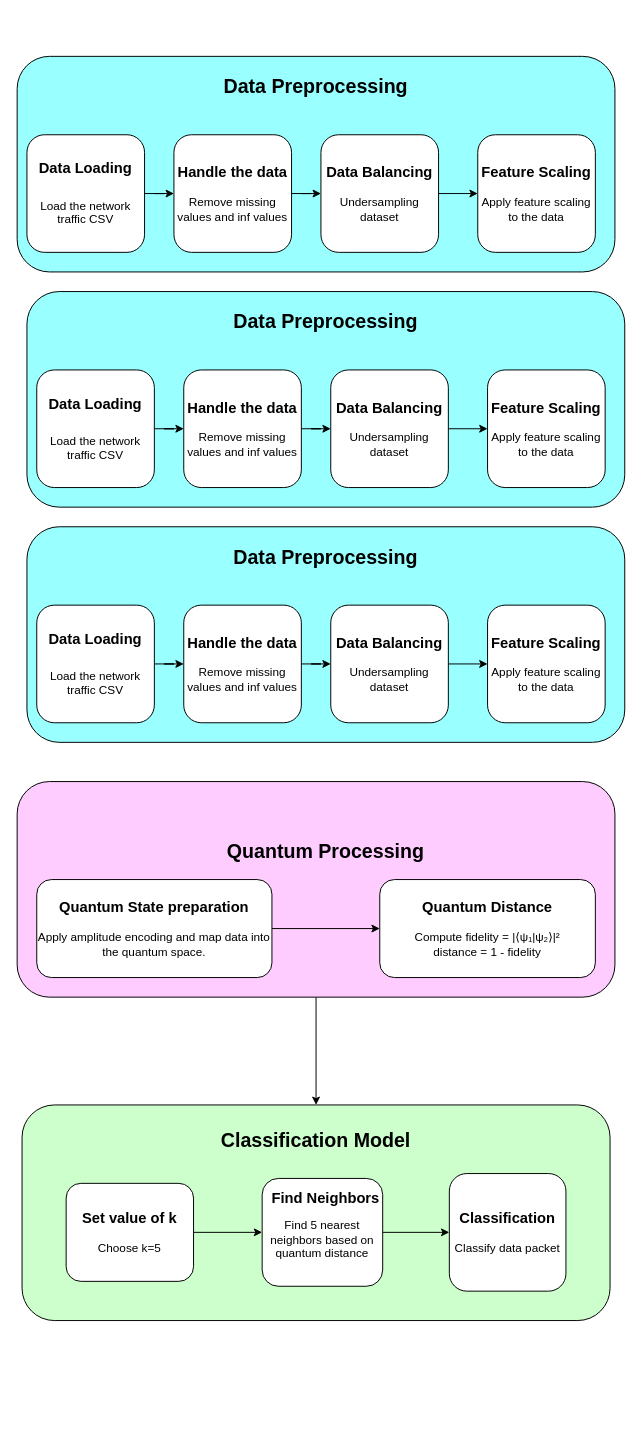
This is Untitled Diagram.drawio from AkshayMMurthy/abc, a draw.io file, before an edit. Source tidied: cells renumbered, new cells numbered last; positions are measured from the earlier drawing's top-left corner, leaving out a move shared by most shapes. Both pictures are drawn from the tidied source at 98%, with x=0, y=0 at pixel (17, 56).
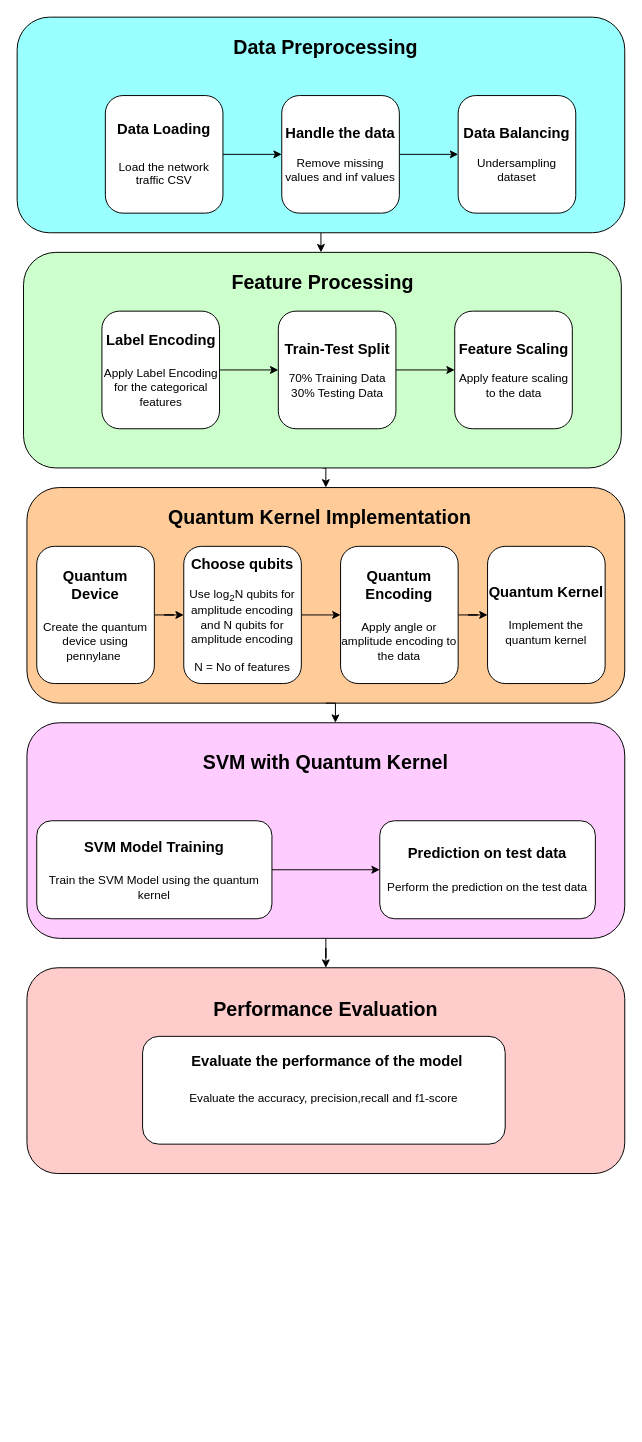
The same diagram, later.

The edit, as a diff of the source:
```diff
@@
+    <mxCell id="42" style="edgeStyle=orthogonalEdgeStyle;rounded=0;jettySize=auto;html=1;" parent="1" edge="1" source="2" target="50">
+      <mxGeometry relative="1" as="geometry" />
+    </mxCell>
     <mxCell id="2" style="rounded=1;whiteSpace=wrap;html=1;fillColor=light-dark(#99FFFF,#99FFFF);" parent="1" vertex="1">
-      <mxGeometry width="610" height="220" as="geometry" />
+      <mxGeometry y="-40" width="620" height="220" as="geometry" />
     </mxCell>
@@
     <mxCell id="4" style="rounded=1;whiteSpace=wrap;html=1;fillColor=light-dark(#FFCCFF,#FFCCFF);" parent="1" vertex="1">
-      <mxGeometry y="740" width="610" height="220" as="geometry" />
+      <mxGeometry x="10" y="680" width="610" height="220" as="geometry" />
     </mxCell>
-    <mxCell id="5" value="&lt;div&gt;&lt;br&gt;&lt;/div&gt;&lt;div&gt;&lt;br&gt;&lt;/div&gt;&lt;div&gt;&lt;br&gt;&lt;/div&gt;&lt;div&gt;&lt;br&gt;&lt;/div&gt;&lt;div&gt;&lt;br&gt;&lt;/div&gt;&lt;div&gt;&lt;br&gt;&lt;/div&gt;&lt;div&gt;&lt;br&gt;&lt;/div&gt;&lt;div&gt;&lt;br&gt;&lt;/div&gt;&lt;div&gt;&lt;br&gt;&lt;/div&gt;&lt;div&gt;&lt;font style=&quot;font-size: 20px;&quot;&gt;&lt;b&gt;Classification Model&lt;/b&gt;&lt;/font&gt;&lt;div&gt;&lt;font style=&quot;font-size: 20px;&quot;&gt;&lt;b&gt;&lt;br&gt;&lt;/b&gt;&lt;/font&gt;&lt;/div&gt;&lt;div&gt;&lt;font style=&quot;font-size: 20px;&quot;&gt;&lt;b&gt;&lt;br&gt;&lt;/b&gt;&lt;/font&gt;&lt;/div&gt;&lt;div&gt;&lt;font style=&quot;font-size: 20px;&quot;&gt;&lt;b&gt;&lt;br&gt;&lt;/b&gt;&lt;/font&gt;&lt;/div&gt;&lt;div&gt;&lt;font style=&quot;font-size: 20px;&quot;&gt;&lt;b&gt;&lt;br&gt;&lt;/b&gt;&lt;/font&gt;&lt;/div&gt;&lt;div&gt;&lt;font style=&quot;font-size: 20px;&quot;&gt;&lt;b&gt;&lt;br&gt;&lt;/b&gt;&lt;/font&gt;&lt;/div&gt;&lt;div&gt;&lt;font style=&quot;font-size: 20px;&quot;&gt;&lt;b&gt;&lt;br&gt;&lt;/b&gt;&lt;/font&gt;&lt;/div&gt;&lt;div&gt;&lt;font style=&quot;font-size: 20px;&quot;&gt;&lt;b&gt;&lt;br&gt;&lt;/b&gt;&lt;/font&gt;&lt;/div&gt;&lt;div&gt;&lt;font style=&quot;font-size: 20px;&quot;&gt;&lt;b&gt;&lt;br&gt;&lt;/b&gt;&lt;/font&gt;&lt;/div&gt;&lt;div&gt;&lt;font style=&quot;font-size: 20px;&quot;&gt;&lt;b&gt;&lt;br&gt;&lt;/b&gt;&lt;/font&gt;&lt;/div&gt;&lt;div&gt;&lt;font style=&quot;font-size: 20px;&quot;&gt;&lt;b&gt;&lt;br&gt;&lt;/b&gt;&lt;/font&gt;&lt;/div&gt;&lt;div&gt;&lt;font style=&quot;font-size: 20px;&quot;&gt;&lt;b&gt;&lt;br&gt;&lt;/b&gt;&lt;/font&gt;&lt;/div&gt;&lt;div&gt;&lt;br&gt;&lt;/div&gt;&lt;/div&gt;" style="rounded=1;whiteSpace=wrap;html=1;fillColor=light-dark(#CCFFCC,#CCFFCC);" parent="1" vertex="1">
-      <mxGeometry x="5" y="1070" width="600" height="220" as="geometry" />
+    <mxCell id="5" value="&lt;div&gt;&lt;br&gt;&lt;/div&gt;&lt;div&gt;&lt;br&gt;&lt;/div&gt;&lt;div&gt;&lt;br&gt;&lt;/div&gt;&lt;div&gt;&lt;br&gt;&lt;/div&gt;&lt;div&gt;&lt;br&gt;&lt;/div&gt;&lt;div&gt;&lt;br&gt;&lt;/div&gt;&lt;div&gt;&lt;br&gt;&lt;/div&gt;&lt;div&gt;&lt;br&gt;&lt;/div&gt;&lt;div&gt;&lt;br&gt;&lt;/div&gt;&lt;div&gt;&lt;div&gt;&lt;font style=&quot;font-size: 20px;&quot;&gt;&lt;b&gt;Performance Evaluation&lt;/b&gt;&lt;/font&gt;&lt;/div&gt;&lt;div&gt;&lt;font style=&quot;font-size: 20px;&quot;&gt;&lt;b&gt;&lt;br&gt;&lt;/b&gt;&lt;/font&gt;&lt;/div&gt;&lt;div&gt;&lt;font style=&quot;font-size: 20px;&quot;&gt;&lt;b&gt;&lt;br&gt;&lt;/b&gt;&lt;/font&gt;&lt;/div&gt;&lt;div&gt;&lt;font style=&quot;font-size: 20px;&quot;&gt;&lt;b&gt;&lt;br&gt;&lt;/b&gt;&lt;/font&gt;&lt;/div&gt;&lt;div&gt;&lt;font style=&quot;font-size: 20px;&quot;&gt;&lt;b&gt;&lt;br&gt;&lt;/b&gt;&lt;/font&gt;&lt;/div&gt;&lt;div&gt;&lt;font style=&quot;font-size: 20px;&quot;&gt;&lt;b&gt;&lt;br&gt;&lt;/b&gt;&lt;/font&gt;&lt;/div&gt;&lt;div&gt;&lt;font style=&quot;font-size: 20px;&quot;&gt;&lt;b&gt;&lt;br&gt;&lt;/b&gt;&lt;/font&gt;&lt;/div&gt;&lt;div&gt;&lt;font style=&quot;font-size: 20px;&quot;&gt;&lt;b&gt;&lt;br&gt;&lt;/b&gt;&lt;/font&gt;&lt;/div&gt;&lt;div&gt;&lt;font style=&quot;font-size: 20px;&quot;&gt;&lt;b&gt;&lt;br&gt;&lt;/b&gt;&lt;/font&gt;&lt;/div&gt;&lt;div&gt;&lt;font style=&quot;font-size: 20px;&quot;&gt;&lt;b&gt;&lt;br&gt;&lt;/b&gt;&lt;/font&gt;&lt;/div&gt;&lt;div&gt;&lt;font style=&quot;font-size: 20px;&quot;&gt;&lt;b&gt;&lt;br&gt;&lt;/b&gt;&lt;/font&gt;&lt;/div&gt;&lt;div&gt;&lt;br&gt;&lt;/div&gt;&lt;/div&gt;" style="rounded=1;whiteSpace=wrap;html=1;fillColor=light-dark(#FFCCCC,#CCFFCC);" parent="1" vertex="1">
+      <mxGeometry x="10" y="930" width="610" height="210" as="geometry" />
     </mxCell>
     <mxCell id="6" value="&lt;font style=&quot;font-size: 20px;&quot;&gt;&lt;b&gt;Data Preprocessing&lt;/b&gt;&lt;/font&gt;" style="text;html=1;align=center;verticalAlign=middle;whiteSpace=wrap;rounded=0;" parent="1" vertex="1">
-      <mxGeometry x="10" y="10" width="590" height="40" as="geometry" />
+      <mxGeometry x="20" y="-30" width="590" height="40" as="geometry" />
     </mxCell>
@@
     <mxCell id="8" value="&lt;font style=&quot;font-size: 15px;&quot;&gt;&lt;b style=&quot;&quot;&gt;Data Loading&lt;/b&gt;&lt;/font&gt;&lt;div&gt;&lt;span style=&quot;font-size: 18px;&quot;&gt;&lt;b&gt;&lt;br&gt;&lt;/b&gt;&lt;/span&gt;&lt;div&gt;Load the network traffic CSV&lt;/div&gt;&lt;/div&gt;" style="rounded=1;whiteSpace=wrap;html=1;" parent="1" vertex="1">
-      <mxGeometry x="10" y="80" width="120" height="120" as="geometry" />
+      <mxGeometry x="90" y="40" width="120" height="120" as="geometry" />
     </mxCell>
@@
     <mxCell id="10" value="&lt;font style=&quot;font-size: 15px;&quot;&gt;&lt;b&gt;Handle the data&lt;/b&gt;&lt;/font&gt;&lt;div&gt;&lt;br&gt;&lt;/div&gt;&lt;div&gt;Remove missing values and inf values&lt;/div&gt;" style="rounded=1;whiteSpace=wrap;html=1;" parent="1" vertex="1">
-      <mxGeometry x="160" y="80" width="120" height="120" as="geometry" />
+      <mxGeometry x="270" y="40" width="120" height="120" as="geometry" />
     </mxCell>
-    <mxCell id="11" style="edgeStyle=orthogonalEdgeStyle;rounded=0;jettySize=auto;html=1;" parent="1" edge="1" source="12" target="13">
-      <mxGeometry relative="1" as="geometry" />
-    </mxCell>
     <mxCell id="12" value="&lt;font style=&quot;font-size: 15px;&quot;&gt;&lt;b&gt;Data Balancing&lt;/b&gt;&lt;/font&gt;&lt;div&gt;&lt;br&gt;&lt;/div&gt;&lt;div&gt;Undersampling dataset&lt;/div&gt;" style="rounded=1;whiteSpace=wrap;html=1;" parent="1" vertex="1">
-      <mxGeometry x="310" y="80" width="120" height="120" as="geometry" />
+      <mxGeometry x="450" y="40" width="120" height="120" as="geometry" />
     </mxCell>
-    <mxCell id="13" value="&lt;font style=&quot;font-size: 15px;&quot;&gt;&lt;b&gt;Feature Scaling&lt;/b&gt;&lt;/font&gt;&lt;div&gt;&lt;br&gt;&lt;/div&gt;&lt;div&gt;Apply feature scaling to the data&lt;/div&gt;" style="rounded=1;whiteSpace=wrap;html=1;" parent="1" vertex="1">
-      <mxGeometry x="470" y="80" width="120" height="120" as="geometry" />
-    </mxCell>
-    <mxCell id="14" value="&lt;span style=&quot;font-size: 20px;&quot;&gt;&lt;b&gt;Quantum Processing&lt;/b&gt;&lt;/span&gt;" style="text;html=1;align=center;verticalAlign=middle;whiteSpace=wrap;rounded=0;" parent="1" vertex="1">
-      <mxGeometry x="20" y="790" width="590" height="40" as="geometry" />
+    <mxCell id="14" value="&lt;span style=&quot;font-size: 20px;&quot;&gt;&lt;b&gt;SVM with Quantum Kernel&lt;/b&gt;&lt;/span&gt;" style="text;html=1;align=center;verticalAlign=middle;whiteSpace=wrap;rounded=0;" parent="1" vertex="1">
+      <mxGeometry x="20" y="700" width="590" height="40" as="geometry" />
     </mxCell>
@@
-    <mxCell id="16" value="&lt;div&gt;&lt;font style=&quot;font-size: 15px;&quot;&gt;&lt;b style=&quot;&quot;&gt;Quantum State preparation&lt;/b&gt;&lt;/font&gt;&lt;/div&gt;&lt;div&gt;&lt;br&gt;&lt;/div&gt;Apply amplitude encoding and map data into&lt;div&gt;the quantum space.&lt;/div&gt;" style="rounded=1;whiteSpace=wrap;html=1;" parent="1" vertex="1">
-      <mxGeometry x="20" y="840" width="240" height="100" as="geometry" />
+    <mxCell id="16" value="&lt;div&gt;&lt;span style=&quot;font-size: 15px;&quot;&gt;&lt;b&gt;SVM Model Training&lt;/b&gt;&lt;/span&gt;&lt;/div&gt;&lt;div&gt;&lt;span style=&quot;font-size: 15px;&quot;&gt;&lt;b&gt;&lt;br&gt;&lt;/b&gt;&lt;/span&gt;&lt;/div&gt;Train the SVM Model using the quantum kernel" style="rounded=1;whiteSpace=wrap;html=1;" parent="1" vertex="1">
+      <mxGeometry x="20" y="780" width="240" height="100" as="geometry" />
     </mxCell>
-    <mxCell id="17" value="&lt;font style=&quot;font-size: 15px;&quot;&gt;&lt;b&gt;Quantum Distance&lt;/b&gt;&lt;/font&gt;&lt;div&gt;&lt;br&gt;&lt;/div&gt;&lt;div&gt;Compute fidelity&amp;nbsp;&lt;span style=&quot;background-color: transparent; color: light-dark(rgb(0, 0, 0), rgb(255, 255, 255));&quot;&gt;= |⟨ψ₁|ψ₂⟩|²&lt;/span&gt;&lt;/div&gt;&lt;div&gt;distance = 1 - fidelity&lt;span style=&quot;background-color: transparent; color: light-dark(rgb(0, 0, 0), rgb(255, 255, 255));&quot;&gt;&lt;/span&gt;&lt;/div&gt;" style="rounded=1;whiteSpace=wrap;html=1;" parent="1" vertex="1">
-      <mxGeometry x="370" y="840" width="220" height="100" as="geometry" />
+    <mxCell id="17" value="&lt;div&gt;&lt;span style=&quot;font-size: 15px;&quot;&gt;&lt;b&gt;Prediction on test data&lt;/b&gt;&lt;/span&gt;&lt;/div&gt;&lt;div&gt;&lt;span style=&quot;font-size: 15px;&quot;&gt;&lt;b&gt;&lt;br&gt;&lt;/b&gt;&lt;/span&gt;&lt;/div&gt;&lt;div&gt;Perform the prediction on the test data&lt;/div&gt;" style="rounded=1;whiteSpace=wrap;html=1;" parent="1" vertex="1">
+      <mxGeometry x="370" y="780" width="220" height="100" as="geometry" />
     </mxCell>
-    <mxCell id="18" style="edgeStyle=orthogonalEdgeStyle;rounded=0;jettySize=auto;html=1;exitX=1;exitY=0.5;exitDx=0;exitDy=0;entryX=0;entryY=0.5;entryDx=0;entryDy=0;" parent="1" edge="1" source="19" target="22">
-      <mxGeometry relative="1" as="geometry" />
-    </mxCell>
-    <mxCell id="19" value="&lt;div&gt;&lt;br&gt;&lt;/div&gt;Find 5 nearest neighbors based on quantum distance" style="rounded=1;whiteSpace=wrap;html=1;" parent="1" vertex="1">
-      <mxGeometry x="250" y="1145" width="123" height="110" as="geometry" />
+    <mxCell id="19" value="&lt;div&gt;&lt;br&gt;&lt;/div&gt;Evaluate the accuracy, precision,recall and f1-score" style="rounded=1;whiteSpace=wrap;html=1;" parent="1" vertex="1">
+      <mxGeometry x="128" y="1000" width="370" height="110" as="geometry" />
     </mxCell>
-    <mxCell id="20" style="edgeStyle=orthogonalEdgeStyle;rounded=0;jettySize=auto;html=1;exitX=1;exitY=0.5;exitDx=0;exitDy=0;" parent="1" edge="1" source="21" target="19">
-      <mxGeometry relative="1" as="geometry" />
-    </mxCell>
-    <mxCell id="21" value="&lt;b&gt;&lt;font style=&quot;font-size: 15px;&quot;&gt;Set value of k&lt;/font&gt;&lt;/b&gt;&lt;div&gt;&lt;br&gt;&lt;/div&gt;&lt;div&gt;Choose k=5&lt;/div&gt;" style="rounded=1;whiteSpace=wrap;html=1;" parent="1" vertex="1">
-      <mxGeometry x="50" y="1150" width="130" height="100" as="geometry" />
-    </mxCell>
-    <mxCell id="22" value="&lt;b&gt;&lt;font style=&quot;font-size: 15px;&quot;&gt;Classification&lt;/font&gt;&lt;/b&gt;&lt;div&gt;&lt;br&gt;&lt;/div&gt;&lt;div&gt;Classify data packet&lt;/div&gt;" style="rounded=1;whiteSpace=wrap;html=1;" parent="1" vertex="1">
-      <mxGeometry x="441" y="1140" width="119" height="120" as="geometry" />
-    </mxCell>
-    <mxCell id="23" value="Find Neighbors" style="text;html=1;align=center;verticalAlign=middle;whiteSpace=wrap;rounded=0;fontSize=15;fontStyle=1;" parent="1" vertex="1">
-      <mxGeometry x="250" y="1150" width="130" height="30" as="geometry" />
+    <mxCell id="23" value="Evaluate the performance of the model" style="text;html=1;align=center;verticalAlign=middle;whiteSpace=wrap;rounded=0;fontSize=15;fontStyle=1;" parent="1" vertex="1">
+      <mxGeometry x="173.2" y="1010" width="286.5" height="30" as="geometry" />
     </mxCell>
-    <mxCell id="24" style="rounded=1;whiteSpace=wrap;html=1;fillColor=light-dark(#99FFFF,#99FFFF);" parent="1" vertex="1">
-      <mxGeometry x="10" y="480" width="610" height="220" as="geometry" />
+    <mxCell id="24" style="rounded=1;whiteSpace=wrap;html=1;fillColor=light-dark(#FFCC99,#99FFFF);" parent="1" vertex="1">
+      <mxGeometry x="10" y="440" width="610" height="220" as="geometry" />
     </mxCell>
-    <mxCell id="25" value="&lt;font style=&quot;font-size: 20px;&quot;&gt;&lt;b&gt;Data Preprocessing&lt;/b&gt;&lt;/font&gt;" style="text;html=1;align=center;verticalAlign=middle;whiteSpace=wrap;rounded=0;" parent="1" vertex="1">
-      <mxGeometry x="20" y="490" width="590" height="40" as="geometry" />
+    <mxCell id="25" value="&lt;font style=&quot;font-size: 20px;&quot;&gt;&lt;b&gt;Quantum Kernel Implementation&lt;/b&gt;&lt;/font&gt;" style="text;html=1;align=center;verticalAlign=middle;whiteSpace=wrap;rounded=0;" parent="1" vertex="1">
+      <mxGeometry x="10" y="450" width="598" height="40" as="geometry" />
     </mxCell>
-    <mxCell id="26" style="edgeStyle=orthogonalEdgeStyle;rounded=0;jettySize=auto;html=1;" parent="1" edge="1" source="27" target="29">
-      <mxGeometry relative="1" as="geometry" />
-    </mxCell>
+    <mxCell id="43" style="edgeStyle=orthogonalEdgeStyle;rounded=0;jettySize=auto;html=1;" parent="1" edge="1" source="27" target="31">
+      <mxGeometry relative="1" as="geometry" />
+    </mxCell>
-    <mxCell id="27" value="&lt;font style=&quot;font-size: 15px;&quot;&gt;&lt;b style=&quot;&quot;&gt;Data Loading&lt;/b&gt;&lt;/font&gt;&lt;div&gt;&lt;span style=&quot;font-size: 18px;&quot;&gt;&lt;b&gt;&lt;br&gt;&lt;/b&gt;&lt;/span&gt;&lt;div&gt;Load the network traffic CSV&lt;/div&gt;&lt;/div&gt;" style="rounded=1;whiteSpace=wrap;html=1;" parent="1" vertex="1">
-      <mxGeometry x="20" y="560" width="120" height="120" as="geometry" />
+    <mxCell id="27" value="&lt;div&gt;&lt;b style=&quot;&quot;&gt;&lt;span style=&quot;font-size: 15px;&quot;&gt;Quantum Device&lt;/span&gt;&lt;/b&gt;&lt;/div&gt;&lt;div&gt;&lt;b style=&quot;&quot;&gt;&lt;span style=&quot;font-size: 15px;&quot;&gt;&lt;br&gt;&lt;/span&gt;&lt;/b&gt;&lt;div&gt;Create the quantum device using pennylane&amp;nbsp;&lt;/div&gt;&lt;/div&gt;" style="rounded=1;whiteSpace=wrap;html=1;" parent="1" vertex="1">
+      <mxGeometry x="20" y="500" width="120" height="140" as="geometry" />
     </mxCell>
-    <mxCell id="28" style="edgeStyle=orthogonalEdgeStyle;rounded=0;jettySize=auto;html=1;" parent="1" edge="1" source="29" target="31">
-      <mxGeometry relative="1" as="geometry" />
-    </mxCell>
+    <mxCell id="44" style="edgeStyle=orthogonalEdgeStyle;rounded=0;jettySize=auto;html=1;" parent="1" edge="1" source="29" target="32">
+      <mxGeometry relative="1" as="geometry" />
+    </mxCell>
-    <mxCell id="29" value="&lt;font style=&quot;font-size: 15px;&quot;&gt;&lt;b&gt;Handle the data&lt;/b&gt;&lt;/font&gt;&lt;div&gt;&lt;br&gt;&lt;/div&gt;&lt;div&gt;Remove missing values and inf values&lt;/div&gt;" style="rounded=1;whiteSpace=wrap;html=1;" parent="1" vertex="1">
-      <mxGeometry x="170" y="560" width="120" height="120" as="geometry" />
+    <mxCell id="29" value="&lt;div&gt;&lt;span style=&quot;font-size: 15px;&quot;&gt;&lt;b&gt;Quantum Encoding&lt;/b&gt;&lt;/span&gt;&lt;/div&gt;&lt;div&gt;&lt;span style=&quot;font-size: 15px;&quot;&gt;&lt;b&gt;&lt;br&gt;&lt;/b&gt;&lt;/span&gt;&lt;/div&gt;&lt;div&gt;Apply angle or amplitude encoding to the data&lt;/div&gt;" style="rounded=1;whiteSpace=wrap;html=1;" parent="1" vertex="1">
+      <mxGeometry x="330" y="500" width="120" height="140" as="geometry" />
     </mxCell>
-    <mxCell id="30" style="edgeStyle=orthogonalEdgeStyle;rounded=0;jettySize=auto;html=1;" parent="1" edge="1" source="31" target="32">
-      <mxGeometry relative="1" as="geometry" />
-    </mxCell>
+    <mxCell id="45" style="edgeStyle=orthogonalEdgeStyle;rounded=0;jettySize=auto;html=1;" parent="1" edge="1" source="31" target="29">
+      <mxGeometry relative="1" as="geometry" />
+    </mxCell>
-    <mxCell id="31" value="&lt;font style=&quot;font-size: 15px;&quot;&gt;&lt;b&gt;Data Balancing&lt;/b&gt;&lt;/font&gt;&lt;div&gt;&lt;br&gt;&lt;/div&gt;&lt;div&gt;Undersampling dataset&lt;/div&gt;" style="rounded=1;whiteSpace=wrap;html=1;" parent="1" vertex="1">
-      <mxGeometry x="320" y="560" width="120" height="120" as="geometry" />
+    <mxCell id="31" value="&lt;span style=&quot;font-size: 15px;&quot;&gt;&lt;b&gt;Choose qubits&lt;/b&gt;&lt;/span&gt;&lt;br&gt;&lt;div&gt;&lt;br&gt;&lt;/div&gt;&lt;div&gt;Use log&lt;sub&gt;2&lt;/sub&gt;N qubits for amplitude encoding and N qubits for amplitude encoding&lt;/div&gt;&lt;div&gt;&lt;br&gt;&lt;/div&gt;&lt;div&gt;N = No of features&lt;/div&gt;" style="rounded=1;whiteSpace=wrap;html=1;" parent="1" vertex="1">
+      <mxGeometry x="170" y="500" width="120" height="140" as="geometry" />
     </mxCell>
-    <mxCell id="32" value="&lt;font style=&quot;font-size: 15px;&quot;&gt;&lt;b&gt;Feature Scaling&lt;/b&gt;&lt;/font&gt;&lt;div&gt;&lt;br&gt;&lt;/div&gt;&lt;div&gt;Apply feature scaling to the data&lt;/div&gt;" style="rounded=1;whiteSpace=wrap;html=1;" parent="1" vertex="1">
-      <mxGeometry x="480" y="560" width="120" height="120" as="geometry" />
+    <mxCell id="32" value="&lt;div&gt;&lt;span style=&quot;font-size: 15px;&quot;&gt;&lt;b&gt;Quantum Kernel&lt;/b&gt;&lt;/span&gt;&lt;/div&gt;&lt;div&gt;&lt;span style=&quot;font-size: 15px;&quot;&gt;&lt;b&gt;&lt;br&gt;&lt;/b&gt;&lt;/span&gt;&lt;/div&gt;&lt;div&gt;Implement the quantum kernel&lt;/div&gt;" style="rounded=1;whiteSpace=wrap;html=1;" parent="1" vertex="1">
+      <mxGeometry x="480" y="500" width="120" height="140" as="geometry" />
     </mxCell>
+    <mxCell id="46" style="edgeStyle=orthogonalEdgeStyle;rounded=0;jettySize=auto;html=1;exitX=0.5;exitY=1;exitDx=0;exitDy=0;entryX=0.5;entryY=0;entryDx=0;entryDy=0;" parent="1" edge="1" source="33" target="24">
+      <mxGeometry relative="1" as="geometry" />
+    </mxCell>
-    <mxCell id="33" style="rounded=1;whiteSpace=wrap;html=1;fillColor=light-dark(#99FFFF,#99FFFF);" parent="1" vertex="1">
-      <mxGeometry x="10" y="240" width="610" height="220" as="geometry" />
+    <mxCell id="33" style="rounded=1;whiteSpace=wrap;html=1;fillColor=light-dark(#CCFFCC,#99FFFF);" parent="1" vertex="1">
+      <mxGeometry x="6.5" y="200" width="610" height="220" as="geometry" />
     </mxCell>
-    <mxCell id="34" value="&lt;font style=&quot;font-size: 20px;&quot;&gt;&lt;b&gt;Data Preprocessing&lt;/b&gt;&lt;/font&gt;" style="text;html=1;align=center;verticalAlign=middle;whiteSpace=wrap;rounded=0;" parent="1" vertex="1">
-      <mxGeometry x="20" y="250" width="590" height="40" as="geometry" />
+    <mxCell id="34" value="&lt;font style=&quot;font-size: 20px;&quot;&gt;&lt;b&gt;Feature Processing&lt;/b&gt;&lt;/font&gt;" style="text;html=1;align=center;verticalAlign=middle;whiteSpace=wrap;rounded=0;" parent="1" vertex="1">
+      <mxGeometry x="16.5" y="210" width="590" height="40" as="geometry" />
     </mxCell>
-    <mxCell id="35" style="edgeStyle=orthogonalEdgeStyle;rounded=0;jettySize=auto;html=1;" parent="1" edge="1" source="36" target="38">
-      <mxGeometry relative="1" as="geometry" />
-    </mxCell>
-    <mxCell id="36" value="&lt;font style=&quot;font-size: 15px;&quot;&gt;&lt;b style=&quot;&quot;&gt;Data Loading&lt;/b&gt;&lt;/font&gt;&lt;div&gt;&lt;span style=&quot;font-size: 18px;&quot;&gt;&lt;b&gt;&lt;br&gt;&lt;/b&gt;&lt;/span&gt;&lt;div&gt;Load the network traffic CSV&lt;/div&gt;&lt;/div&gt;" style="rounded=1;whiteSpace=wrap;html=1;" parent="1" vertex="1">
-      <mxGeometry x="20" y="320" width="120" height="120" as="geometry" />
+    <mxCell id="36" value="&lt;div&gt;&lt;b style=&quot;&quot;&gt;&lt;span style=&quot;font-size: 15px;&quot;&gt;Feature Scaling&lt;/span&gt;&lt;br&gt;&lt;/b&gt;&lt;div&gt;&lt;br&gt;&lt;/div&gt;&lt;div&gt;Apply feature scaling to the data&lt;/div&gt;&lt;/div&gt;" style="rounded=1;whiteSpace=wrap;html=1;" parent="1" vertex="1">
+      <mxGeometry x="446.5" y="260" width="120" height="120" as="geometry" />
     </mxCell>
-    <mxCell id="37" style="edgeStyle=orthogonalEdgeStyle;rounded=0;jettySize=auto;html=1;" parent="1" edge="1" source="38" target="40">
-      <mxGeometry relative="1" as="geometry" />
-    </mxCell>
+    <mxCell id="47" style="edgeStyle=orthogonalEdgeStyle;rounded=0;jettySize=auto;html=1;" parent="1" edge="1" source="38" target="36">
+      <mxGeometry relative="1" as="geometry" />
+    </mxCell>
-    <mxCell id="38" value="&lt;font style=&quot;font-size: 15px;&quot;&gt;&lt;b&gt;Handle the data&lt;/b&gt;&lt;/font&gt;&lt;div&gt;&lt;br&gt;&lt;/div&gt;&lt;div&gt;Remove missing values and inf values&lt;/div&gt;" style="rounded=1;whiteSpace=wrap;html=1;" parent="1" vertex="1">
-      <mxGeometry x="170" y="320" width="120" height="120" as="geometry" />
+    <mxCell id="38" value="&lt;div&gt;&lt;span style=&quot;font-size: 15px;&quot;&gt;&lt;b&gt;Train-Test Split&lt;/b&gt;&lt;/span&gt;&lt;/div&gt;&lt;div&gt;&lt;br&gt;&lt;/div&gt;&lt;div&gt;70% Training Data&lt;/div&gt;&lt;div&gt;30% Testing Data&lt;/div&gt;" style="rounded=1;whiteSpace=wrap;html=1;" parent="1" vertex="1">
+      <mxGeometry x="266.5" y="260" width="120" height="120" as="geometry" />
     </mxCell>
-    <mxCell id="39" style="edgeStyle=orthogonalEdgeStyle;rounded=0;jettySize=auto;html=1;" parent="1" edge="1" source="40" target="41">
-      <mxGeometry relative="1" as="geometry" />
-    </mxCell>
-    <mxCell id="40" value="&lt;font style=&quot;font-size: 15px;&quot;&gt;&lt;b&gt;Data Balancing&lt;/b&gt;&lt;/font&gt;&lt;div&gt;&lt;br&gt;&lt;/div&gt;&lt;div&gt;Undersampling dataset&lt;/div&gt;" style="rounded=1;whiteSpace=wrap;html=1;" parent="1" vertex="1">
-      <mxGeometry x="320" y="320" width="120" height="120" as="geometry" />
-    </mxCell>
-    <mxCell id="41" value="&lt;font style=&quot;font-size: 15px;&quot;&gt;&lt;b&gt;Feature Scaling&lt;/b&gt;&lt;/font&gt;&lt;div&gt;&lt;br&gt;&lt;/div&gt;&lt;div&gt;Apply feature scaling to the data&lt;/div&gt;" style="rounded=1;whiteSpace=wrap;html=1;" parent="1" vertex="1">
-      <mxGeometry x="480" y="320" width="120" height="120" as="geometry" />
-    </mxCell>
+    <mxCell id="48" style="edgeStyle=orthogonalEdgeStyle;rounded=0;jettySize=auto;html=1;" parent="1" edge="1" source="49" target="38">
+      <mxGeometry relative="1" as="geometry" />
+    </mxCell>
+    <mxCell id="49" value="&lt;div&gt;&lt;span style=&quot;font-size: 15px;&quot;&gt;&lt;b&gt;Label Encoding&lt;/b&gt;&lt;/span&gt;&lt;/div&gt;&lt;div&gt;&lt;span style=&quot;font-size: 15px;&quot;&gt;&lt;b&gt;&lt;br&gt;&lt;/b&gt;&lt;/span&gt;&lt;/div&gt;&lt;div&gt;Apply Label Encoding for the categorical features&lt;/div&gt;" style="rounded=1;whiteSpace=wrap;html=1;" parent="1" vertex="1">
+      <mxGeometry x="86.5" y="260" width="120" height="120" as="geometry" />
+    </mxCell>
+    <mxCell id="50" style="rounded=1;whiteSpace=wrap;html=1;" parent="1" vertex="1">
+      <mxGeometry x="300" y="200" width="20" as="geometry" />
+    </mxCell>
+    <mxCell id="51" style="edgeStyle=orthogonalEdgeStyle;rounded=0;jettySize=auto;html=1;exitX=0.5;exitY=1;exitDx=0;exitDy=0;entryX=0.516;entryY=0;entryDx=0;entryDy=0;entryPerimeter=0;" parent="1" edge="1" source="24" target="4">
+      <mxGeometry relative="1" as="geometry" />
+    </mxCell>
```
